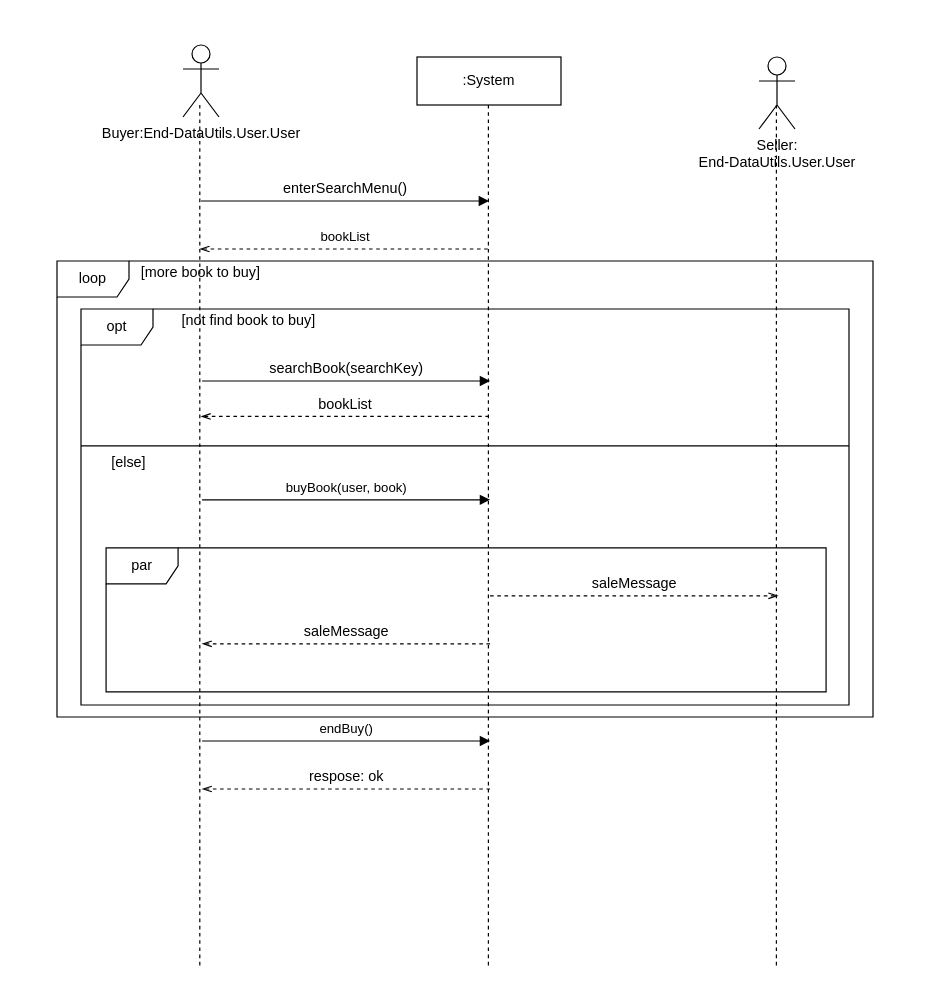
Before: page "BuyBook" (1 of 4) of diagram/system_sequence_diagram.drawio in wonbeomjang/CAU11708-book-selling-system, a draw.io diagram. Source tidied: cells renumbered, new cells numbered last; positions are measured from the earlier drawing's top-left corner, leaving out a move shared by most shapes. Both pictures are drawn from the tidied source at 120%, with x=0, y=0 at pixel (56, 44).
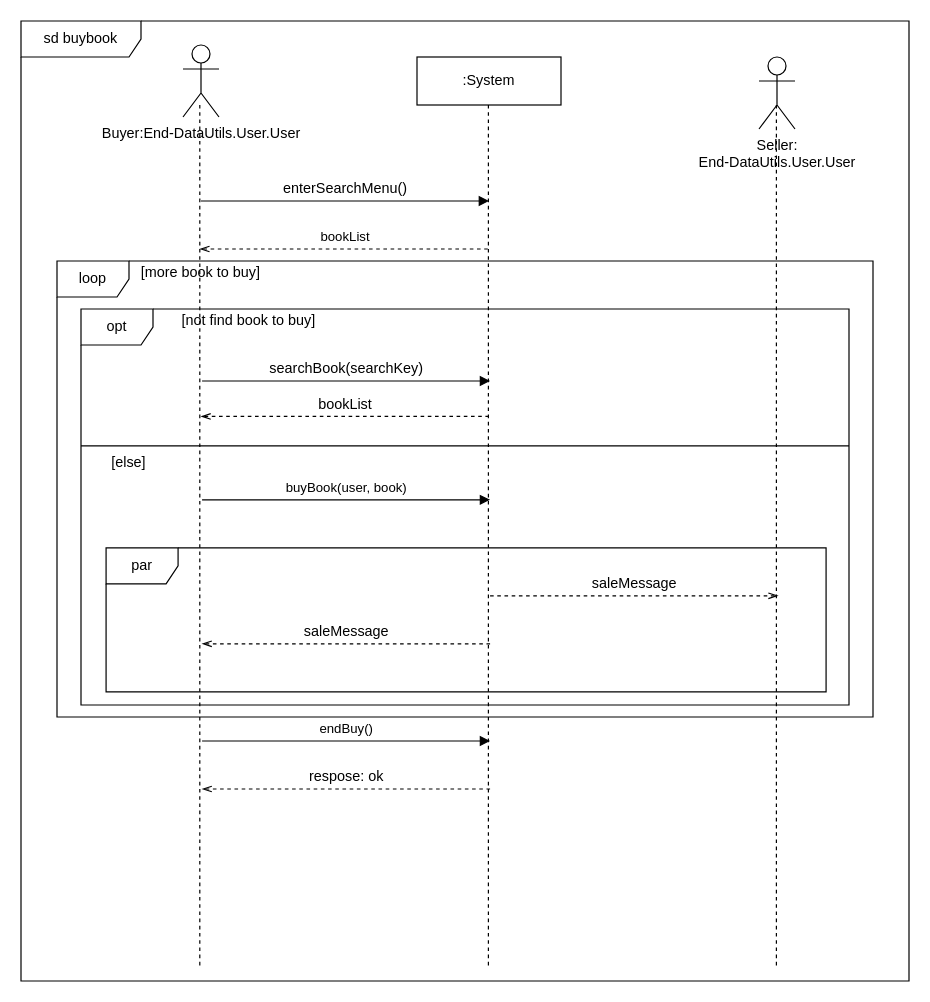
The same diagram, later.

Diff of the diagram source:
```diff
@@
+    <mxCell id="24" value="sd buybook" style="shape=umlFrame;whiteSpace=wrap;html=1;width=100;height=30;" parent="1" vertex="1">
+      <mxGeometry x="-30" y="-20" width="740" height="800" as="geometry" />
+    </mxCell>
```
